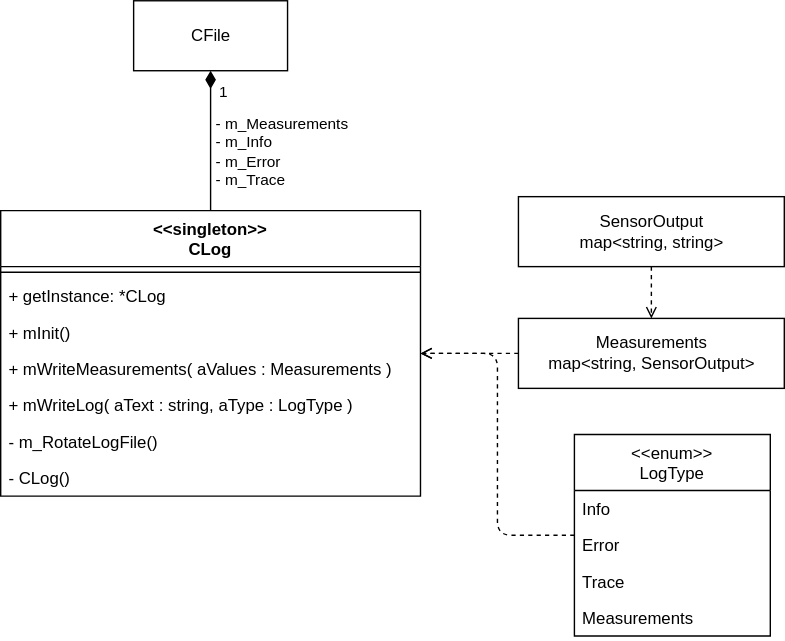
Before: uml/logger-abstraction.drawio.svg, a diagram exported from draw.io (SenseBoxTI/FirmwareDesign). Source tidied: cells renumbered, new cells last; positions are measured from the earlier drawing's top-left corner, leaving out a move shared by most shapes.
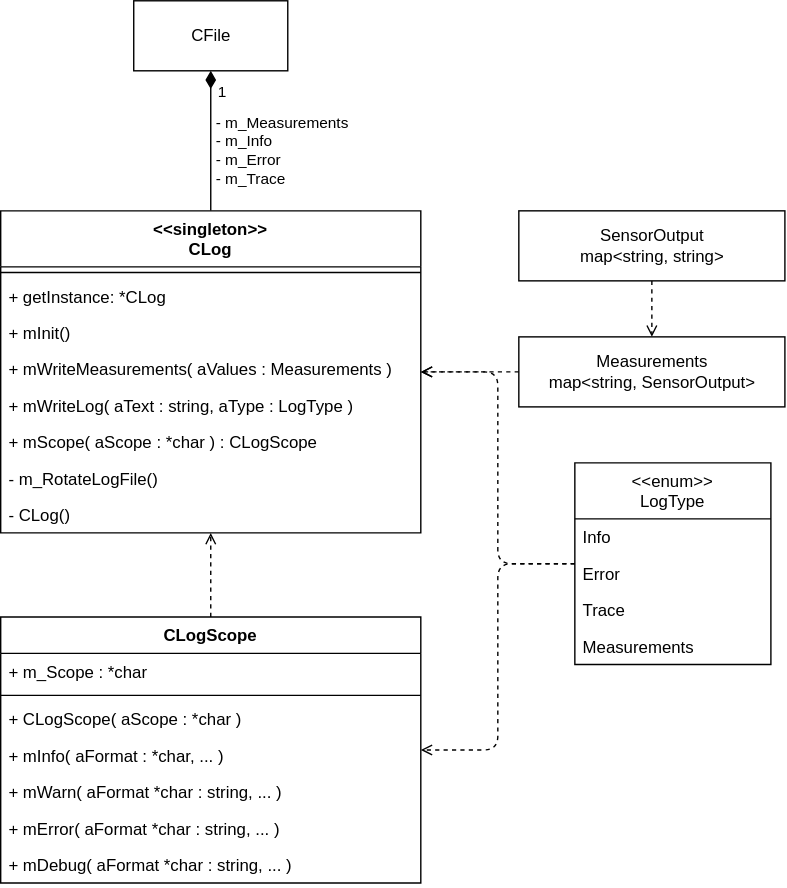
Above is the later version.

Commit message:
add log scope

Change to the diagram source:
```diff
@@ -16,7 +16,7 @@
       </mxGeometry>
     </mxCell>
     <mxCell id="5" value="&lt;&lt;singleton&gt;&gt;&#10;CLog" style="swimlane;fontStyle=1;align=center;verticalAlign=top;horizontal=1;startSize=40;" parent="1" vertex="1">
-      <mxGeometry y="150" width="300" height="204" as="geometry" />
+      <mxGeometry y="150" width="300" height="230" as="geometry" />
     </mxCell>
     <mxCell id="6" style="line;strokeWidth=1;fillColor=none;align=left;verticalAlign=middle;spacingTop=-1;spacingLeft=3;spacingRight=3;labelPosition=right;" parent="5" vertex="1">
       <mxGeometry y="40" width="300" height="8" as="geometry" />
@@ -33,11 +33,14 @@
     <mxCell id="10" value="+ mWriteLog( aText : string, aType : LogType )" style="text;strokeColor=none;fillColor=none;align=left;verticalAlign=top;spacingLeft=4;spacingRight=4;overflow=hidden;" parent="5" vertex="1">
       <mxGeometry y="126" width="300" height="26" as="geometry" />
     </mxCell>
+    <mxCell id="24" value="+ mScope( aScope : *char ) : CLogScope" style="text;strokeColor=none;fillColor=none;align=left;verticalAlign=top;spacingLeft=4;spacingRight=4;overflow=hidden;" parent="5" vertex="1">
+      <mxGeometry y="152" width="300" height="26" as="geometry" />
+    </mxCell>
     <mxCell id="11" value="- m_RotateLogFile()" style="text;strokeColor=none;fillColor=none;align=left;verticalAlign=top;spacingLeft=4;spacingRight=4;overflow=hidden;" parent="5" vertex="1">
-      <mxGeometry y="152" width="300" height="26" as="geometry" />
+      <mxGeometry y="178" width="300" height="26" as="geometry" />
     </mxCell>
     <mxCell id="12" value="- CLog()" style="text;strokeColor=none;fillColor=none;align=left;verticalAlign=top;spacingLeft=4;spacingRight=4;overflow=hidden;" parent="5" vertex="1">
-      <mxGeometry y="178" width="300" height="26" as="geometry" />
+      <mxGeometry y="204" width="300" height="26" as="geometry" />
     </mxCell>
     <mxCell id="13" value="CFile" style="html=1;" parent="1" vertex="1">
       <mxGeometry x="95" width="110" height="50" as="geometry" />
@@ -46,19 +49,22 @@
       <mxGeometry relative="1" as="geometry" />
     </mxCell>
     <mxCell id="15" value="&lt;span style=&quot;text-align: left&quot;&gt;Measurements&lt;br&gt;map&amp;lt;string, SensorOutput&amp;gt;&lt;/span&gt;" style="html=1;" parent="1" vertex="1">
-      <mxGeometry x="370" y="227" width="190" height="50" as="geometry" />
+      <mxGeometry x="370" y="240" width="190" height="50" as="geometry" />
     </mxCell>
     <mxCell id="16" style="edgeStyle=orthogonalEdgeStyle;html=1;dashed=1;endArrow=open;endFill=0;endSize=6;" parent="1" edge="1" source="17" target="15">
       <mxGeometry relative="1" as="geometry" />
     </mxCell>
     <mxCell id="17" value="&lt;span style=&quot;text-align: left&quot;&gt;SensorOutput&lt;br&gt;map&amp;lt;string, string&amp;gt;&lt;/span&gt;" style="html=1;" parent="1" vertex="1">
-      <mxGeometry x="370" y="140" width="190" height="50" as="geometry" />
+      <mxGeometry x="370" y="150" width="190" height="50" as="geometry" />
     </mxCell>
     <mxCell id="18" style="edgeStyle=orthogonalEdgeStyle;html=1;dashed=1;endArrow=open;endFill=0;endSize=6;" parent="1" edge="1" source="19" target="5">
       <mxGeometry relative="1" as="geometry" />
     </mxCell>
+    <mxCell id="25" style="edgeStyle=orthogonalEdgeStyle;html=1;dashed=1;endArrow=open;endFill=0;" parent="1" edge="1" source="19" target="27">
+      <mxGeometry relative="1" as="geometry" />
+    </mxCell>
     <mxCell id="19" value="&lt;&lt;enum&gt;&gt;&#10;LogType" style="swimlane;fontStyle=0;horizontal=1;startSize=40;fillColor=none;" parent="1" vertex="1">
-      <mxGeometry x="410" y="310" width="140" height="144" as="geometry" />
+      <mxGeometry x="410" y="330" width="140" height="144" as="geometry" />
     </mxCell>
     <mxCell id="20" value="Info" style="text;strokeColor=none;fillColor=none;align=left;verticalAlign=top;spacingLeft=4;spacingRight=4;overflow=hidden;" parent="19" vertex="1">
       <mxGeometry y="40" width="140" height="26" as="geometry" />
@@ -72,5 +78,32 @@
     <mxCell id="23" value="Measurements" style="text;strokeColor=none;fillColor=none;align=left;verticalAlign=top;spacingLeft=4;spacingRight=4;overflow=hidden;" parent="19" vertex="1">
       <mxGeometry y="118" width="140" height="26" as="geometry" />
     </mxCell>
+    <mxCell id="26" style="edgeStyle=orthogonalEdgeStyle;html=1;dashed=1;endArrow=open;endFill=0;" parent="1" edge="1" source="27" target="5">
+      <mxGeometry relative="1" as="geometry" />
+    </mxCell>
+    <mxCell id="27" value="CLogScope" style="swimlane;fontStyle=1;align=center;verticalAlign=top;horizontal=1;startSize=26;" parent="1" vertex="1">
+      <mxGeometry y="440" width="300" height="190" as="geometry" />
+    </mxCell>
+    <mxCell id="28" value="+ m_Scope : *char" style="text;strokeColor=none;fillColor=none;align=left;verticalAlign=top;spacingLeft=4;spacingRight=4;overflow=hidden;" parent="27" vertex="1">
+      <mxGeometry y="26" width="300" height="26" as="geometry" />
+    </mxCell>
+    <mxCell id="29" style="line;strokeWidth=1;fillColor=none;align=left;verticalAlign=middle;spacingTop=-1;spacingLeft=3;spacingRight=3;labelPosition=right;" parent="27" vertex="1">
+      <mxGeometry y="52" width="300" height="8" as="geometry" />
+    </mxCell>
+    <mxCell id="30" value="+ CLogScope( aScope : *char )" style="text;strokeColor=none;fillColor=none;align=left;verticalAlign=top;spacingLeft=4;spacingRight=4;overflow=hidden;" parent="27" vertex="1">
+      <mxGeometry y="60" width="300" height="26" as="geometry" />
+    </mxCell>
+    <mxCell id="31" value="+ mInfo( aFormat : *char, ... )" style="text;strokeColor=none;fillColor=none;align=left;verticalAlign=top;spacingLeft=4;spacingRight=4;overflow=hidden;" parent="27" vertex="1">
+      <mxGeometry y="86" width="300" height="26" as="geometry" />
+    </mxCell>
+    <mxCell id="32" value="+ mWarn( aFormat *char : string, ... )" style="text;strokeColor=none;fillColor=none;align=left;verticalAlign=top;spacingLeft=4;spacingRight=4;overflow=hidden;" parent="27" vertex="1">
+      <mxGeometry y="112" width="300" height="26" as="geometry" />
+    </mxCell>
+    <mxCell id="33" value="+ mError( aFormat *char : string, ... )" style="text;strokeColor=none;fillColor=none;align=left;verticalAlign=top;spacingLeft=4;spacingRight=4;overflow=hidden;" parent="27" vertex="1">
+      <mxGeometry y="138" width="300" height="26" as="geometry" />
+    </mxCell>
+    <mxCell id="34" value="+ mDebug( aFormat *char : string, ... )" style="text;strokeColor=none;fillColor=none;align=left;verticalAlign=top;spacingLeft=4;spacingRight=4;overflow=hidden;" parent="27" vertex="1">
+      <mxGeometry y="164" width="300" height="26" as="geometry" />
+    </mxCell>
   </root>
 </mxGraphModel>
```
